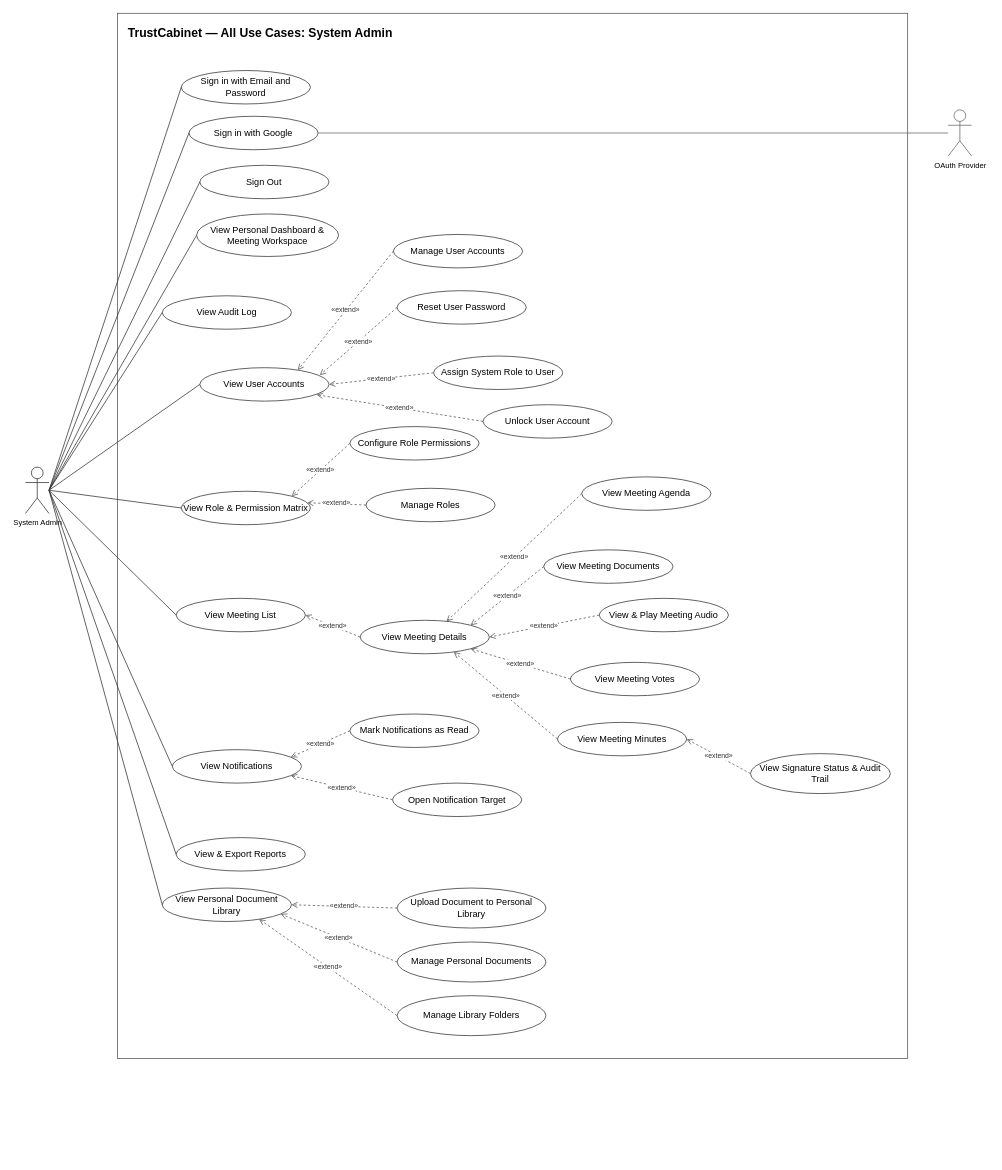
This is page "System Admin" (1 of 7) of docs/14-uc-diagram/trustcabinet-use-cases.drawio from callmehai/FU-FA26-G116, a draw.io file, before an edit. Source tidied: cells renumbered, new cells numbered last; positions are measured from the earlier drawing's top-left corner, leaving out a move shared by most shapes. Both pictures are drawn from the tidied source at 76%, with x=0, y=0 at pixel (25, 13).
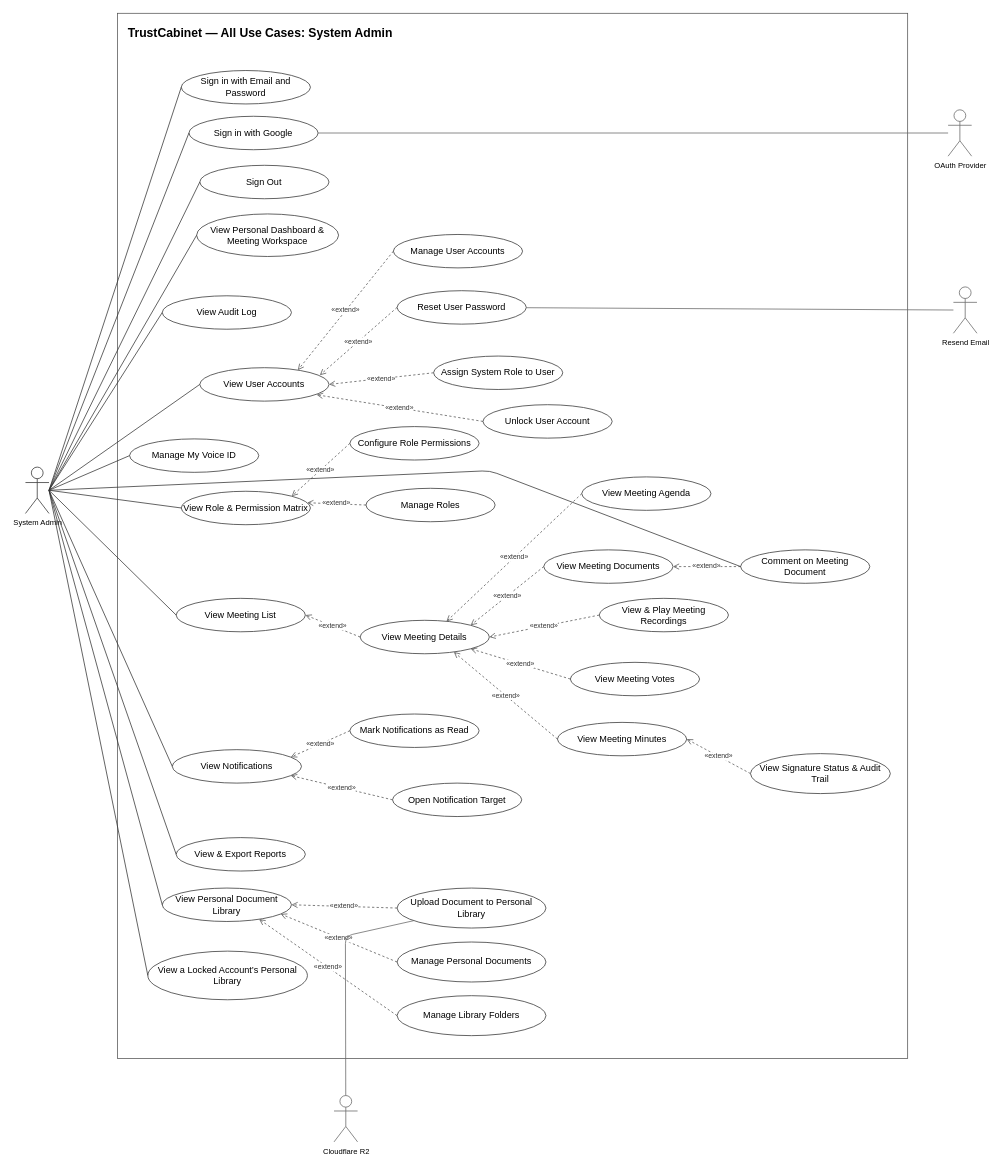
The same page after the edit.

The change refers to these unchanged cells:
```xml
<mxCell id="21" value="Upload Document to Personal Library" style="ellipse;whiteSpace=wrap;html=1;align=center;verticalAlign=middle;fontSize=12;strokeColor=#333333;fillColor=#ffffff;" parent="1" vertex="1">
  <mxGeometry x="489" y="1151" width="195.9" height="52.6" as="geometry" />
</mxCell>
<mxCell id="26" value="View Meeting Documents" style="ellipse;whiteSpace=wrap;html=1;align=center;verticalAlign=middle;fontSize=12;strokeColor=#333333;fillColor=#ffffff;" parent="1" vertex="1">
  <mxGeometry x="682" y="706" width="170" height="44" as="geometry" />
</mxCell>
<mxCell id="39" value="Reset User Password" style="ellipse;whiteSpace=wrap;html=1;align=center;verticalAlign=middle;fontSize=12;strokeColor=#333333;fillColor=#ffffff;" parent="1" vertex="1">
  <mxGeometry x="489" y="365" width="170" height="44" as="geometry" />
</mxCell>
<mxCell id="44" value="System Admin" style="shape=umlActor;verticalLabelPosition=bottom;verticalAlign=top;html=1;outlineConnect=0;fillColor=#ffffff;strokeColor=#333333;fontSize=10;" parent="1" vertex="1">
  <mxGeometry y="597.1" width="31" height="61" as="geometry" />
</mxCell>
```

Change to the diagram source:
```diff
@@
-    <mxCell id="27" value="View &amp; Play Meeting Audio" style="ellipse;whiteSpace=wrap;html=1;align=center;verticalAlign=middle;fontSize=12;strokeColor=#333333;fillColor=#ffffff;" parent="1" vertex="1">
+    <mxCell id="27" value="View &amp; Play Meeting Recordings" style="ellipse;whiteSpace=wrap;html=1;align=center;verticalAlign=middle;fontSize=12;strokeColor=#333333;fillColor=#ffffff;" parent="1" vertex="1">
       <mxGeometry x="755" y="769.8" width="170" height="44" as="geometry" />
     </mxCell>
@@
+    <mxCell id="64" value="View a Locked Account’s Personal Library" style="ellipse;whiteSpace=wrap;html=1;align=center;verticalAlign=middle;fontSize=12;strokeColor=#333333;fillColor=#ffffff;" parent="1" vertex="1">
+      <mxGeometry x="161" y="1234" width="210" height="64" as="geometry" />
+    </mxCell>
+    <mxCell id="65" value="Manage My Voice ID" style="ellipse;whiteSpace=wrap;html=1;align=center;verticalAlign=middle;fontSize=12;strokeColor=#333333;fillColor=#ffffff;" parent="1" vertex="1">
+      <mxGeometry x="137" y="560" width="170" height="44" as="geometry" />
+    </mxCell>
+    <mxCell id="66" value="Comment on Meeting Document" style="ellipse;whiteSpace=wrap;html=1;align=center;verticalAlign=middle;fontSize=12;strokeColor=#333333;fillColor=#ffffff;" parent="1" vertex="1">
+      <mxGeometry x="941" y="706" width="170" height="44" as="geometry" />
+    </mxCell>
+    <mxCell id="67" value="&amp;#171;extend&amp;#187;" style="edgeStyle=none;html=1;dashed=1;strokeColor=#555555;fontColor=#333333;fontSize=9;endArrow=open;endFill=0;labelBackgroundColor=#FFFFFF;" parent="1" edge="1" source="66" target="26">
+      <mxGeometry relative="1" as="geometry" />
+    </mxCell>
+    <mxCell id="68" style="edgeStyle=none;html=1;strokeColor=#333333;strokeWidth=1;endArrow=none;startArrow=none;exitX=1;exitY=0.5;exitDx=0;exitDy=0;entryX=0;entryY=0.5;entryDx=0;entryDy=0;" parent="1" edge="1" source="44" target="66">
+      <mxGeometry relative="1" as="geometry">
+        <Array as="points">
+          <mxPoint x="610.9" y="601.8" />
+        </Array>
+      </mxGeometry>
+    </mxCell>
+    <mxCell id="69" style="edgeStyle=none;html=1;strokeColor=#333333;strokeWidth=1;endArrow=none;startArrow=none;exitX=1;exitY=0.5;exitDx=0;exitDy=0;entryX=0;entryY=0.5;entryDx=0;entryDy=0;" parent="1" edge="1" source="44" target="64">
+      <mxGeometry relative="1" as="geometry" />
+    </mxCell>
+    <mxCell id="70" style="edgeStyle=none;html=1;strokeColor=#333333;strokeWidth=1;endArrow=none;startArrow=none;exitX=1;exitY=0.5;exitDx=0;exitDy=0;entryX=0;entryY=0.5;entryDx=0;entryDy=0;" parent="1" edge="1" source="44" target="65">
+      <mxGeometry relative="1" as="geometry" />
+    </mxCell>
+    <mxCell id="71" value="Resend Email" style="shape=umlActor;verticalLabelPosition=bottom;verticalAlign=top;html=1;outlineConnect=0;fillColor=#ffffff;strokeColor=#666666;fontSize=10;" parent="1" vertex="1">
+      <mxGeometry x="1221" y="360" width="31" height="61" as="geometry" />
+    </mxCell>
+    <mxCell id="72" style="edgeStyle=none;html=1;strokeColor=#666666;strokeWidth=1;endArrow=none;startArrow=none;" parent="1" edge="1" source="71" target="39">
+      <mxGeometry relative="1" as="geometry" />
+    </mxCell>
+    <mxCell id="73" value="Cloudflare R2" style="shape=umlActor;verticalLabelPosition=bottom;verticalAlign=top;html=1;outlineConnect=0;fillColor=#ffffff;strokeColor=#666666;fontSize=10;" parent="1" vertex="1">
+      <mxGeometry x="406" y="1424" width="31" height="61" as="geometry" />
+    </mxCell>
+    <mxCell id="74" style="edgeStyle=none;html=1;strokeColor=#666666;strokeWidth=1;endArrow=none;startArrow=none;" parent="1" edge="1" source="73" target="21">
+      <mxGeometry relative="1" as="geometry">
+        <Array as="points">
+          <mxPoint x="421" y="1214" />
+        </Array>
+      </mxGeometry>
+    </mxCell>
```
